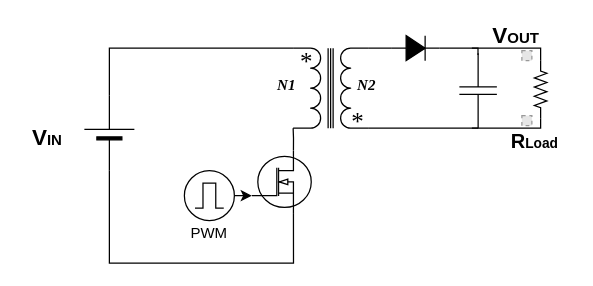
This is diagram/figure2_1.drawio from huhu6608/3Paths_UPS, a draw.io file, before an edit. Source tidied: cells renumbered, new cells numbered last; positions are measured from the earlier drawing's top-left corner, leaving out a move shared by most shapes. Both pictures are drawn from the tidied source at 125%, with x=0, y=0 at pixel (21, 22). Pictures stored in the file or linked from it are replaced by grey dashed boxes.
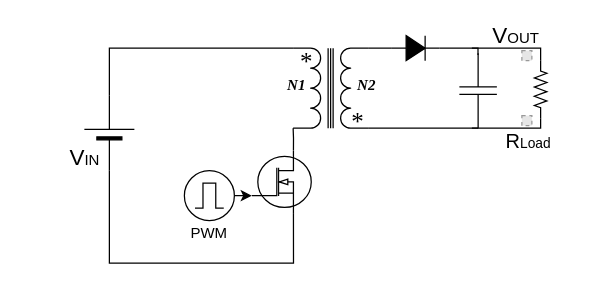
After the change.

What changed in the source:
```diff
@@
-    <mxCell id="6" value="&lt;b&gt;&lt;font style=&quot;font-size: 18px&quot;&gt;V&lt;/font&gt;&lt;font style=&quot;font-size: 12px&quot;&gt;IN&lt;/font&gt;&lt;/b&gt;" style="text;html=1;align=center;verticalAlign=middle;" parent="1" vertex="1">
-      <mxGeometry y="82" width="40" height="20" as="geometry" />
+    <mxCell id="6" value="&lt;font style=&quot;font-size: 18px&quot;&gt;V&lt;/font&gt;&lt;font style=&quot;font-size: 12px&quot;&gt;IN&lt;/font&gt;" style="text;html=1;align=center;verticalAlign=middle;" parent="1" vertex="1">
+      <mxGeometry x="30" y="98" width="40" height="20" as="geometry" />
     </mxCell>
@@
     <mxCell id="23" value="&lt;font face=&quot;Times New Roman&quot;&gt;&lt;i&gt;&lt;b&gt;N1&lt;/b&gt;&lt;/i&gt;&lt;/font&gt;" style="text;html=1;strokeColor=none;fillColor=none;align=center;verticalAlign=middle;whiteSpace=wrap;rounded=0;" parent="1" vertex="1">
-      <mxGeometry x="191.5" y="40" width="40" height="20" as="geometry" />
+      <mxGeometry x="200" y="40" width="40" height="20" as="geometry" />
     </mxCell>
-    <mxCell id="24" value="&lt;b&gt;&lt;font style=&quot;font-size: 18px&quot;&gt;V&lt;/font&gt;&lt;font style=&quot;font-size: 12px&quot;&gt;OUT&lt;/font&gt;&lt;/b&gt;" style="text;html=1;align=center;verticalAlign=middle;" parent="1" vertex="1">
+    <mxCell id="24" value="&lt;font style=&quot;font-size: 18px&quot;&gt;V&lt;/font&gt;&lt;font style=&quot;font-size: 12px&quot;&gt;OUT&lt;/font&gt;" style="text;html=1;align=center;verticalAlign=middle;" parent="1" vertex="1">
       <mxGeometry x="370" width="50" height="20" as="geometry" />
     </mxCell>
@@
-    <mxCell id="26" value="&lt;b&gt;&lt;font style=&quot;font-size: 16px&quot;&gt;R&lt;/font&gt;&lt;font style=&quot;font-size: 11px&quot;&gt;Load&lt;/font&gt;&lt;/b&gt;" style="text;html=1;align=center;verticalAlign=middle;" parent="1" vertex="1">
-      <mxGeometry x="380" y="84" width="60" height="20" as="geometry" />
+    <mxCell id="26" value="&lt;font style=&quot;font-size: 16px&quot;&gt;R&lt;/font&gt;&lt;font style=&quot;font-size: 11px&quot;&gt;Load&lt;/font&gt;" style="text;html=1;align=center;verticalAlign=middle;" parent="1" vertex="1">
+      <mxGeometry x="380" y="84" width="50" height="20" as="geometry" />
     </mxCell>
```
